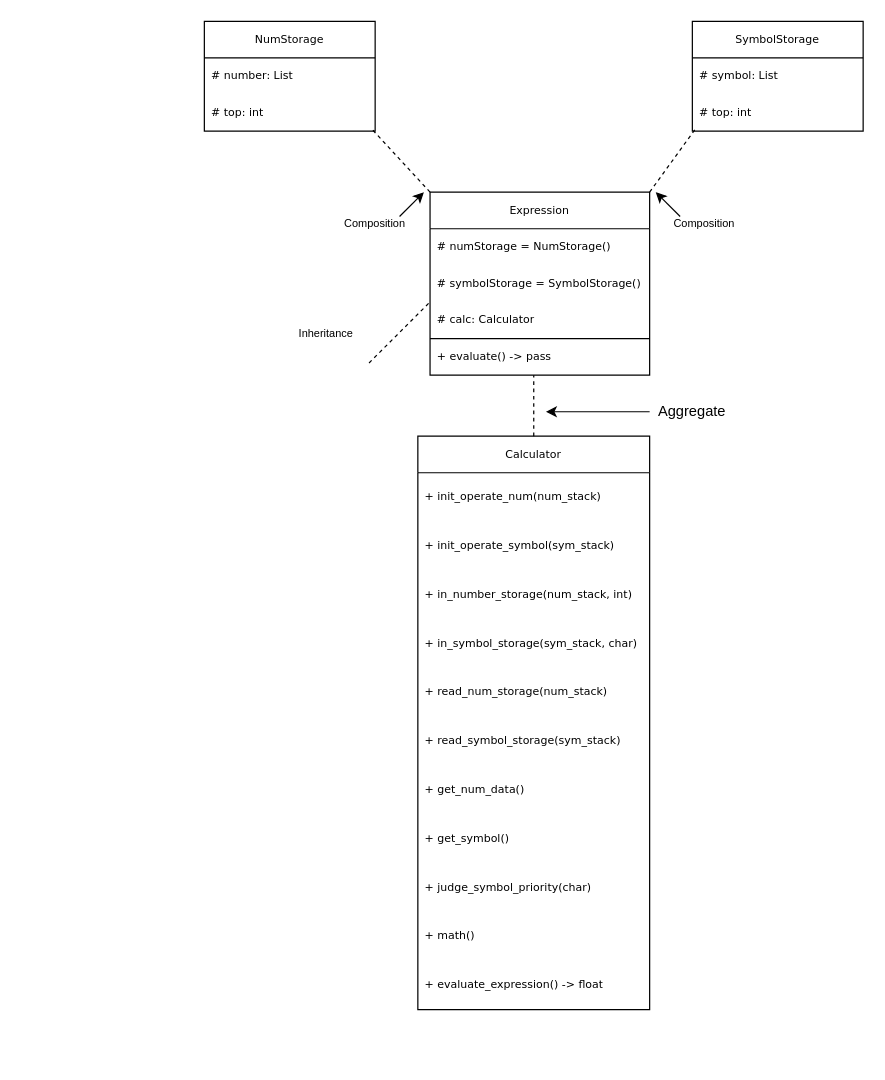
Before: Lab1ClassDiagram.drawio in matty-gg/CSE2102-SP24-Lab1-Group19, a draw.io diagram. Source tidied: cells renumbered, new cells numbered last; positions are measured from the earlier drawing's top-left corner, leaving out a move shared by most shapes. Both pictures are drawn from the tidied source at 122%, with x=0, y=0 at pixel (204, 21).
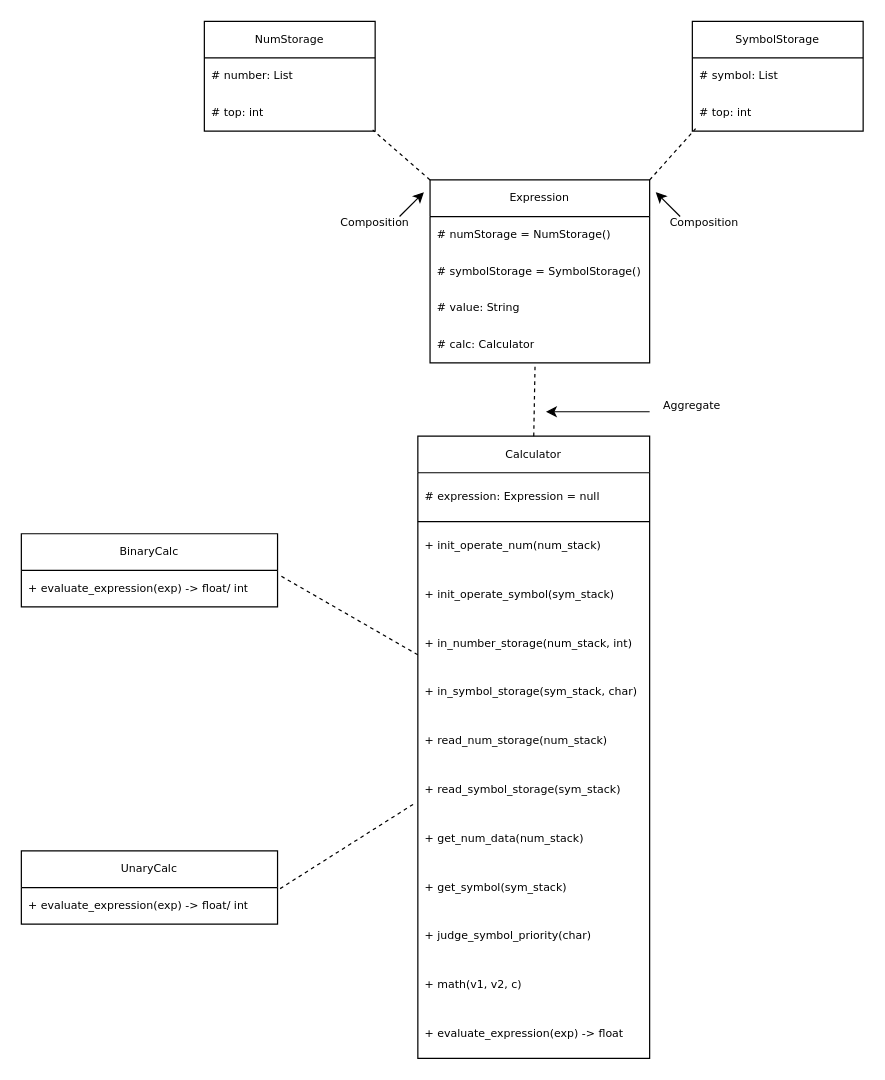
The same page after the edit.

Unchanged cells that the change refers to:
```xml
<mxCell id="4" value="# top: int" style="text;strokeColor=none;fillColor=none;align=left;verticalAlign=middle;spacingLeft=4;spacingRight=4;overflow=hidden;points=[[0,0.5],[1,0.5]];portConstraint=eastwest;whiteSpace=wrap;html=1;perimeterSpacing=4;fontSize=9;fontFamily=Verdana;" parent="2" vertex="1">
  <mxGeometry y="60" width="140" height="30" as="geometry" />
</mxCell>
<mxCell id="7" value="# top: int" style="text;strokeColor=none;fillColor=none;align=left;verticalAlign=middle;spacingLeft=4;spacingRight=4;overflow=hidden;points=[[0,0.5],[1,0.5]];portConstraint=eastwest;whiteSpace=wrap;html=1;fontSize=9;fontFamily=Verdana;" parent="5" vertex="1">
  <mxGeometry y="60" width="140" height="30" as="geometry" />
</mxCell>
```

What changed in the source:
```diff
@@
     <mxCell id="8" value="Calculator" style="swimlane;fontStyle=0;horizontal=1;startSize=30;whiteSpace=wrap;html=1;fontSize=9;fontFamily=Verdana;" parent="1" vertex="1">
-      <mxGeometry x="175" y="340" width="190" height="470" as="geometry" />
+      <mxGeometry x="175" y="340" width="190" height="510" as="geometry" />
     </mxCell>
+    <mxCell id="37" value="# expression: Expression = null" style="text;strokeColor=none;fillColor=none;align=left;verticalAlign=middle;spacingLeft=4;spacingRight=4;overflow=hidden;whiteSpace=wrap;html=1;fontSize=9;fontFamily=Verdana;flipH=1;direction=east;" parent="8" vertex="1">
+      <mxGeometry y="30" width="190" height="40" as="geometry" />
+    </mxCell>
+    <mxCell id="38" style="endArrow=none;html=1;rounded=0;fontSize=9;fontFamily=Verdana;" parent="8" edge="1">
+      <mxGeometry relative="1" as="geometry">
+        <mxPoint y="70" as="sourcePoint" />
+        <mxPoint x="190" y="70" as="targetPoint" />
+      </mxGeometry>
+    </mxCell>
     <mxCell id="9" value="+ init_operate_num(num_stack)" style="text;strokeColor=none;fillColor=none;align=left;verticalAlign=middle;spacingLeft=4;spacingRight=4;overflow=hidden;whiteSpace=wrap;html=1;fontSize=9;fontFamily=Verdana;flipH=1;direction=east;" parent="8" vertex="1">
-      <mxGeometry y="30" width="190" height="40" as="geometry" />
+      <mxGeometry y="70" width="190" height="40" as="geometry" />
     </mxCell>
     <mxCell id="10" value="+ init_operate_symbol(sym_stack)" style="text;strokeColor=none;fillColor=none;align=left;verticalAlign=middle;spacingLeft=4;spacingRight=4;overflow=hidden;whiteSpace=wrap;html=1;fontSize=9;fontFamily=Verdana;flipH=1;direction=east;" parent="8" vertex="1">
-      <mxGeometry y="70" width="190" height="40" as="geometry" />
+      <mxGeometry y="110" width="190" height="40" as="geometry" />
     </mxCell>
     <mxCell id="11" value="+ in_number_storage(num_stack, int)" style="text;strokeColor=none;fillColor=none;align=left;verticalAlign=middle;spacingLeft=4;spacingRight=4;overflow=hidden;points=[[0,0.5],[1,0.5]];portConstraint=eastwest;whiteSpace=wrap;html=1;fontSize=9;fontFamily=Verdana;flipH=1;direction=east;" parent="8" vertex="1">
-      <mxGeometry y="110" width="190" height="40" as="geometry" />
+      <mxGeometry y="150" width="190" height="40" as="geometry" />
     </mxCell>
     <mxCell id="12" value="+ in_symbol_storage(sym_stack, char)" style="text;strokeColor=none;fillColor=none;align=left;verticalAlign=middle;spacingLeft=4;spacingRight=4;overflow=hidden;whiteSpace=wrap;html=1;fontSize=9;fontFamily=Verdana;flipH=1;direction=east;" parent="8" vertex="1">
-      <mxGeometry y="150" width="190" height="40" as="geometry" />
+      <mxGeometry y="190" width="190" height="40" as="geometry" />
     </mxCell>
     <mxCell id="13" value="+ read_num_storage(num_stack)" style="text;strokeColor=none;fillColor=none;align=left;verticalAlign=middle;spacingLeft=4;spacingRight=4;overflow=hidden;whiteSpace=wrap;html=1;fontSize=9;fontFamily=Verdana;flipH=1;direction=east;" parent="8" vertex="1">
-      <mxGeometry y="190" width="190" height="40" as="geometry" />
+      <mxGeometry y="230" width="190" height="40" as="geometry" />
     </mxCell>
     <mxCell id="14" value="+ read_symbol_storage(sym_stack)" style="text;strokeColor=none;fillColor=none;align=left;verticalAlign=middle;spacingLeft=4;spacingRight=4;overflow=hidden;points=[[0,0.5],[1,0.5]];portConstraint=eastwest;whiteSpace=wrap;html=1;fontSize=9;fontFamily=Verdana;flipH=1;direction=east;" parent="8" vertex="1">
-      <mxGeometry y="230" width="190" height="40" as="geometry" />
+      <mxGeometry y="270" width="190" height="40" as="geometry" />
     </mxCell>
-    <mxCell id="15" value="+ get_num_data()" style="text;strokeColor=none;fillColor=none;align=left;verticalAlign=middle;spacingLeft=4;spacingRight=4;overflow=hidden;whiteSpace=wrap;html=1;fontSize=9;fontFamily=Verdana;flipH=1;direction=east;" parent="8" vertex="1">
-      <mxGeometry y="270" width="190" height="40" as="geometry" />
+    <mxCell id="15" value="+ get_num_data(num_stack)" style="text;strokeColor=none;fillColor=none;align=left;verticalAlign=middle;spacingLeft=4;spacingRight=4;overflow=hidden;whiteSpace=wrap;html=1;fontSize=9;fontFamily=Verdana;flipH=1;direction=east;" parent="8" vertex="1">
+      <mxGeometry y="310" width="190" height="40" as="geometry" />
     </mxCell>
-    <mxCell id="16" value="+ get_symbol()" style="text;strokeColor=none;fillColor=none;align=left;verticalAlign=middle;spacingLeft=4;spacingRight=4;overflow=hidden;whiteSpace=wrap;html=1;fontSize=9;fontFamily=Verdana;flipH=1;direction=east;" parent="8" vertex="1">
-      <mxGeometry y="310" width="190" height="40" as="geometry" />
+    <mxCell id="16" value="+ get_symbol(sym_stack)" style="text;strokeColor=none;fillColor=none;align=left;verticalAlign=middle;spacingLeft=4;spacingRight=4;overflow=hidden;whiteSpace=wrap;html=1;fontSize=9;fontFamily=Verdana;flipH=1;direction=east;" parent="8" vertex="1">
+      <mxGeometry y="350" width="190" height="40" as="geometry" />
     </mxCell>
     <mxCell id="17" value="+ judge_symbol_priority(char)" style="text;strokeColor=none;fillColor=none;align=left;verticalAlign=middle;spacingLeft=4;spacingRight=4;overflow=hidden;whiteSpace=wrap;html=1;fontSize=9;fontFamily=Verdana;flipH=1;direction=east;" parent="8" vertex="1">
-      <mxGeometry y="350" width="190" height="40" as="geometry" />
+      <mxGeometry y="390" width="190" height="40" as="geometry" />
     </mxCell>
-    <mxCell id="18" value="+ math()" style="text;strokeColor=none;fillColor=none;align=left;verticalAlign=middle;spacingLeft=4;spacingRight=4;overflow=hidden;whiteSpace=wrap;html=1;fontSize=9;fontFamily=Verdana;flipH=1;direction=east;" parent="8" vertex="1">
-      <mxGeometry y="390" width="190" height="40" as="geometry" />
+    <mxCell id="18" value="+ math(v1, v2, c)" style="text;strokeColor=none;fillColor=none;align=left;verticalAlign=middle;spacingLeft=4;spacingRight=4;overflow=hidden;whiteSpace=wrap;html=1;fontSize=9;fontFamily=Verdana;flipH=1;direction=east;" parent="8" vertex="1">
+      <mxGeometry y="430" width="190" height="40" as="geometry" />
     </mxCell>
-    <mxCell id="19" value="+ evaluate_expression() -&amp;gt; float" style="text;strokeColor=none;fillColor=none;align=left;verticalAlign=middle;spacingLeft=4;spacingRight=4;overflow=hidden;whiteSpace=wrap;html=1;fontSize=9;fontFamily=Verdana;flipH=1;direction=east;" parent="8" vertex="1">
-      <mxGeometry y="430" width="190" height="40" as="geometry" />
+    <mxCell id="19" value="+ evaluate_expression(exp) -&amp;gt; float" style="text;strokeColor=none;fillColor=none;align=left;verticalAlign=middle;spacingLeft=4;spacingRight=4;overflow=hidden;whiteSpace=wrap;html=1;fontSize=9;fontFamily=Verdana;flipH=1;direction=east;" parent="8" vertex="1">
+      <mxGeometry y="470" width="190" height="40" as="geometry" />
     </mxCell>
     <mxCell id="20" value="Expression" style="swimlane;fontStyle=0;horizontal=1;startSize=30;whiteSpace=wrap;html=1;fontFamily=Verdana;fontSize=9;" parent="1" vertex="1">
-      <mxGeometry x="185" y="140" width="180" height="150" as="geometry" />
+      <mxGeometry x="185" y="130" width="180" height="150" as="geometry" />
     </mxCell>
@@
+    <mxCell id="39" value="# value: String" style="text;strokeColor=none;fillColor=none;align=left;verticalAlign=middle;spacingLeft=4;spacingRight=4;overflow=hidden;whiteSpace=wrap;html=1;fontFamily=Verdana;fontSize=9;" parent="20" vertex="1">
+      <mxGeometry y="90" width="180" height="30" as="geometry" />
+    </mxCell>
     <mxCell id="23" value="# calc: Calculator" style="text;strokeColor=none;fillColor=none;align=left;verticalAlign=middle;spacingLeft=4;spacingRight=4;overflow=hidden;points=[[0,0.5],[1,0.5]];portConstraint=eastwest;whiteSpace=wrap;html=1;fontFamily=Verdana;fontSize=9;" parent="20" vertex="1">
-      <mxGeometry y="90" width="180" height="30" as="geometry" />
+      <mxGeometry y="120" width="180" height="30" as="geometry" />
     </mxCell>
-    <mxCell id="24" style="endArrow=none;html=1;rounded=0;" parent="20" edge="1">
-      <mxGeometry relative="1" as="geometry">
-        <mxPoint y="120" as="sourcePoint" />
-        <mxPoint x="180" y="120" as="targetPoint" />
-      </mxGeometry>
-    </mxCell>
-    <mxCell id="25" value="+ evaluate() -&amp;gt; pass" style="text;strokeColor=none;fillColor=none;align=left;verticalAlign=middle;spacingLeft=4;spacingRight=4;overflow=hidden;whiteSpace=wrap;html=1;fontFamily=Verdana;fontSize=9;" parent="20" vertex="1">
-      <mxGeometry y="120" width="180" height="30" as="geometry" />
-    </mxCell>
-    <mxCell id="26" value="&lt;font style=&quot;font-size: 9px;&quot;&gt;Composition&lt;/font&gt;" style="text;html=1;strokeColor=none;fillColor=none;align=center;verticalAlign=middle;whiteSpace=wrap;rounded=0;" parent="1" vertex="1">
+    <mxCell id="26" value="&lt;font style=&quot;font-size: 9px;&quot;&gt;Composition&lt;/font&gt;" style="text;html=1;strokeColor=none;fillColor=none;align=center;verticalAlign=middle;whiteSpace=wrap;rounded=0;fontSize=9;fontFamily=Verdana;" parent="1" vertex="1">
       <mxGeometry x="380" y="150" width="60" height="30" as="geometry" />
     </mxCell>
-    <mxCell id="27" style="endArrow=classic;html=1;rounded=0;" parent="1" edge="1">
+    <mxCell id="27" style="endArrow=classic;html=1;rounded=0;fontSize=9;fontFamily=Verdana;" parent="1" edge="1">
       <mxGeometry relative="1" as="geometry">
         <mxPoint x="390" y="160" as="sourcePoint" />
         <mxPoint x="370" y="140" as="targetPoint" />
       </mxGeometry>
     </mxCell>
-    <mxCell id="28" value="&lt;font style=&quot;font-size: 9px;&quot;&gt;Composition&lt;/font&gt;" style="text;html=1;strokeColor=none;fillColor=none;align=center;verticalAlign=middle;whiteSpace=wrap;rounded=0;" parent="1" vertex="1">
+    <mxCell id="28" value="&lt;font style=&quot;font-size: 9px;&quot;&gt;Composition&lt;/font&gt;" style="text;html=1;strokeColor=none;fillColor=none;align=center;verticalAlign=middle;whiteSpace=wrap;rounded=0;fontSize=9;fontFamily=Verdana;" parent="1" vertex="1">
       <mxGeometry x="110" y="150" width="60" height="30" as="geometry" />
     </mxCell>
-    <mxCell id="29" style="endArrow=classic;html=1;rounded=0;" parent="1" edge="1">
+    <mxCell id="29" style="endArrow=classic;html=1;rounded=0;fontSize=9;fontFamily=Verdana;" parent="1" edge="1">
       <mxGeometry relative="1" as="geometry">
         <mxPoint x="160" y="160" as="sourcePoint" />
         <mxPoint x="180" y="140" as="targetPoint" />
       </mxGeometry>
     </mxCell>
-    <mxCell id="30" style="endArrow=none;dashed=1;html=1;rounded=0;entryX=0.959;entryY=0.868;entryDx=0;entryDy=0;entryPerimeter=0;exitX=0;exitY=0;exitDx=0;exitDy=0;" parent="1" edge="1" source="20" target="4">
+    <mxCell id="30" style="endArrow=none;dashed=1;html=1;rounded=0;entryX=0.959;entryY=0.868;entryDx=0;entryDy=0;entryPerimeter=0;exitX=0;exitY=0;exitDx=0;exitDy=0;fontSize=9;fontFamily=Verdana;" parent="1" edge="1" source="20" target="4">
       <mxGeometry relative="1" as="geometry" />
     </mxCell>
-    <mxCell id="31" style="endArrow=none;dashed=1;html=1;rounded=0;exitX=1;exitY=0;exitDx=0;exitDy=0;entryX=0.019;entryY=0.932;entryDx=0;entryDy=0;entryPerimeter=0;" parent="1" edge="1" source="20" target="7">
+    <mxCell id="31" style="endArrow=none;dashed=1;html=1;rounded=0;exitX=1;exitY=0;exitDx=0;exitDy=0;entryX=0.019;entryY=0.932;entryDx=0;entryDy=0;entryPerimeter=0;fontSize=9;fontFamily=Verdana;" parent="1" edge="1" source="20" target="7">
       <mxGeometry relative="1" as="geometry" />
     </mxCell>
-    <mxCell id="32" style="endArrow=none;dashed=1;html=1;rounded=0;exitX=0.5;exitY=0;exitDx=0;exitDy=0;" parent="1" edge="1" source="8">
-      <mxGeometry relative="1" as="geometry">
-        <mxPoint x="270" y="290" as="targetPoint" />
-      </mxGeometry>
+    <mxCell id="32" style="endArrow=none;dashed=1;html=1;rounded=0;exitX=0.5;exitY=0;exitDx=0;exitDy=0;entryX=0.478;entryY=1.104;entryDx=0;entryDy=0;entryPerimeter=0;fontSize=9;fontFamily=Verdana;" parent="1" edge="1" source="8" target="23">
+      <mxGeometry relative="1" as="geometry" />
     </mxCell>
-    <mxCell id="33" style="endArrow=classic;html=1;rounded=0;" parent="1" edge="1">
+    <mxCell id="33" style="endArrow=classic;html=1;rounded=0;fontSize=9;fontFamily=Verdana;" parent="1" edge="1">
       <mxGeometry relative="1" as="geometry">
         <mxPoint x="365" y="320" as="sourcePoint" />
         <mxPoint x="280" y="320" as="targetPoint" />
       </mxGeometry>
     </mxCell>
-    <mxCell id="34" value="Aggregate" style="rounded=0;whiteSpace=wrap;html=1;strokeColor=none;fillColor=none;" parent="1" vertex="1">
-      <mxGeometry x="340" y="290" width="120" height="60" as="geometry" />
+    <mxCell id="34" value="Aggregate" style="rounded=0;whiteSpace=wrap;html=1;strokeColor=none;fillColor=none;fontSize=9;fontFamily=Verdana;" parent="1" vertex="1">
+      <mxGeometry x="365" y="300" width="70" height="30" as="geometry" />
     </mxCell>
-    <mxCell id="35" style="endArrow=none;dashed=1;html=1;rounded=0;" parent="1" edge="1">
-      <mxGeometry relative="1" as="geometry">
-        <mxPoint x="135" y="280" as="sourcePoint" />
-        <mxPoint x="185" y="230" as="targetPoint" />
-      </mxGeometry>
-    </mxCell>
-    <mxCell id="36" value="&lt;font style=&quot;font-size: 9px;&quot;&gt;Inheritance&lt;/font&gt;" style="text;html=1;strokeColor=none;fillColor=none;align=center;verticalAlign=middle;whiteSpace=wrap;rounded=0;" parent="1" vertex="1">
-      <mxGeometry x="70" y="240" width="60" height="30" as="geometry" />
-    </mxCell>
+    <mxCell id="40" value="BinaryCalc" style="swimlane;fontStyle=0;horizontal=1;startSize=30;whiteSpace=wrap;html=1;fontSize=9;fontFamily=Verdana;" parent="1" vertex="1">
+      <mxGeometry x="-150" y="420" width="210" height="60" as="geometry" />
+    </mxCell>
+    <mxCell id="41" value="+ evaluate_expression(exp) -&amp;gt; float/ int" style="text;strokeColor=none;fillColor=none;align=left;verticalAlign=middle;spacingLeft=4;spacingRight=4;overflow=hidden;points=[[0,0.5],[1,0.5]];portConstraint=eastwest;whiteSpace=wrap;html=1;fontSize=9;fontFamily=Verdana;" parent="40" vertex="1">
+      <mxGeometry y="30" width="210" height="30" as="geometry" />
+    </mxCell>
+    <mxCell id="42" value="UnaryCalc" style="swimlane;fontStyle=0;horizontal=1;startSize=30;whiteSpace=wrap;html=1;fontSize=9;fontFamily=Verdana;" parent="1" vertex="1">
+      <mxGeometry x="-150" y="680" width="210" height="60" as="geometry" />
+    </mxCell>
+    <mxCell id="43" value="+ evaluate_expression(exp) -&amp;gt; float/ int" style="text;strokeColor=none;fillColor=none;align=left;verticalAlign=middle;spacingLeft=4;spacingRight=4;overflow=hidden;points=[[0,0.5],[1,0.5]];portConstraint=eastwest;whiteSpace=wrap;html=1;fontSize=9;fontFamily=Verdana;" parent="42" vertex="1">
+      <mxGeometry y="30" width="210" height="30" as="geometry" />
+    </mxCell>
+    <mxCell id="44" style="endArrow=none;dashed=1;html=1;rounded=0;entryX=1;entryY=0.731;entryDx=0;entryDy=0;entryPerimeter=0;exitX=1.015;exitY=0.163;exitDx=0;exitDy=0;exitPerimeter=0;" parent="1" edge="1" source="41" target="11">
+      <mxGeometry relative="1" as="geometry" />
+    </mxCell>
+    <mxCell id="45" style="endArrow=none;dashed=1;html=1;rounded=0;exitX=1.01;exitY=0.029;exitDx=0;exitDy=0;exitPerimeter=0;entryX=1.01;entryY=0.764;entryDx=0;entryDy=0;entryPerimeter=0;" parent="1" edge="1" source="43" target="14">
+      <mxGeometry relative="1" as="geometry" />
+    </mxCell>
```
